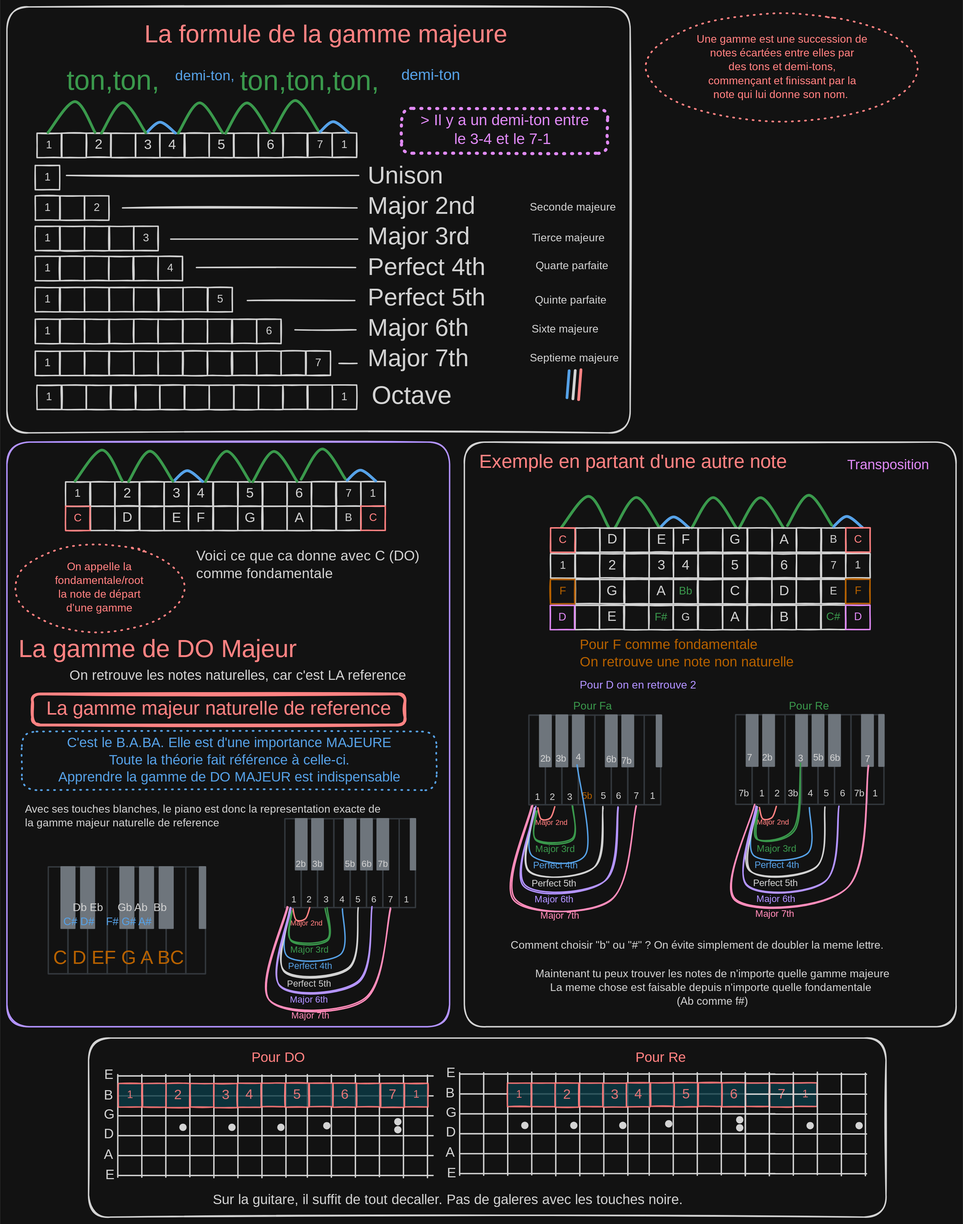
Earlier version of the Excalidraw export 1.0.major.scale.excalidraw.svg (Sydekends/excalidraw). Source tidied: one line per element, renumbered; positions are measured from the earlier drawing's top-left corner, leaving out a move shared by most shapes.
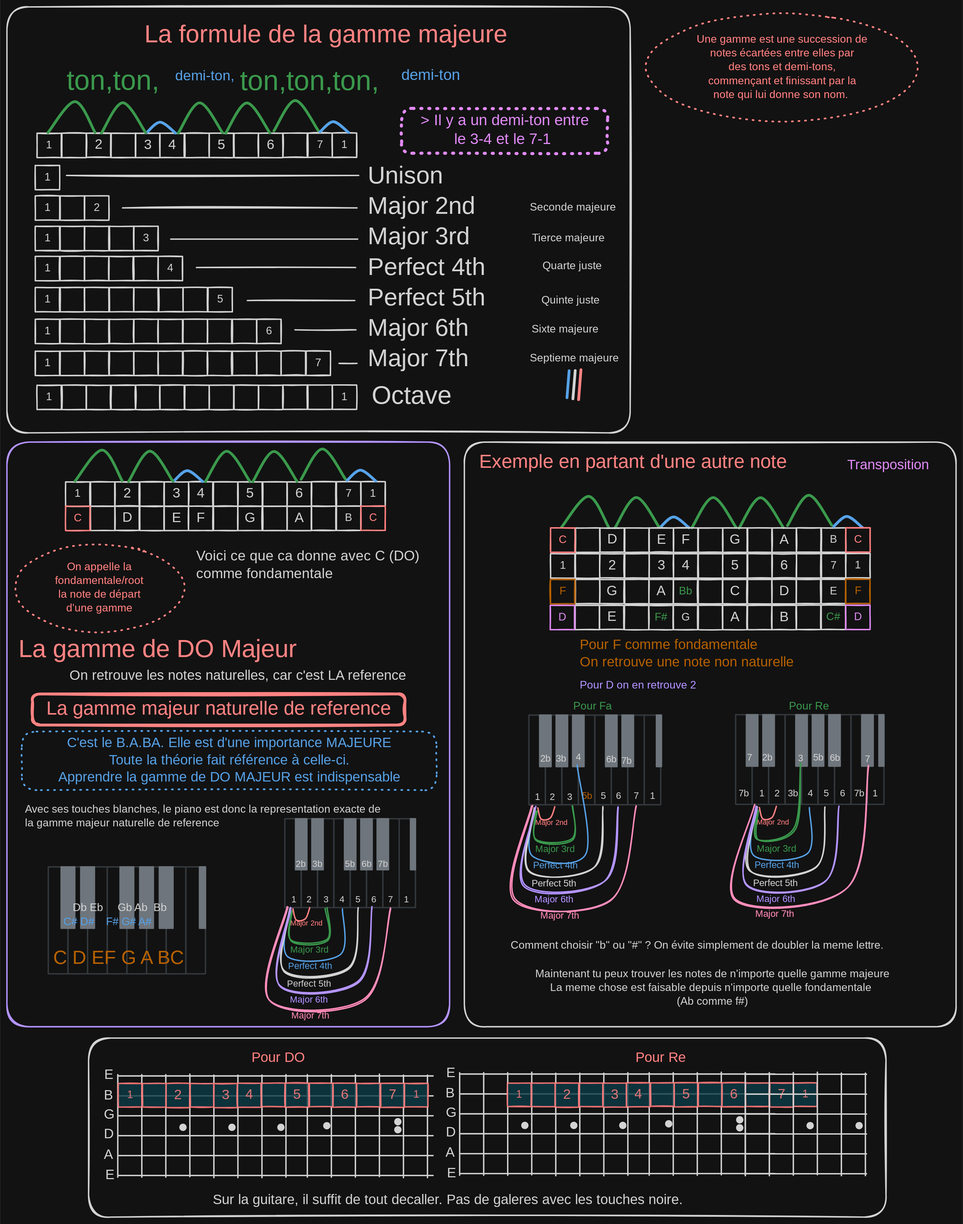
The same diagram one commit later.

What changed in the source:
```diff
@@ -260,8 +260,8 @@
 {"id": 259, "type": "line", "strokeColor": "#1e1e1e", "backgroundColor": "#afe6f3", "fillStyle": "solid", "strokeWidth": 2, "roughness": 1, "x": 481, "y": 517, "width": 26, "height": 0, "points": [[0, 0], [26, 0]]}
 {"id": 260, "type": "text", "text": "Seconde majeure", "strokeColor": "#1e1e1e", "strokeWidth": 4, "roughness": 1, "fontSize": 16, "fontFamily": 5, "textAlign": "center", "x": 757, "y": 281, "width": 127, "height": 20}
 {"id": 261, "type": "text", "text": "Tierce majeure", "strokeColor": "#1e1e1e", "strokeWidth": 4, "roughness": 1, "fontSize": 16, "fontFamily": 5, "textAlign": "center", "x": 757, "y": 326, "width": 114, "height": 20}
-{"id": 262, "type": "text", "text": "Quarte parfaite", "strokeColor": "#1e1e1e", "strokeWidth": 4, "roughness": 1, "fontSize": 16, "fontFamily": 5, "textAlign": "center", "x": 757, "y": 366, "width": 124, "height": 20}
+{"id": 262, "type": "text", "text": "Quarte juste", "strokeColor": "#1e1e1e", "strokeWidth": 4, "roughness": 1, "fontSize": 16, "fontFamily": 5, "textAlign": "center", "x": 769, "y": 366, "width": 101, "height": 20}
-{"id": 263, "type": "text", "text": "Quinte parfaite", "strokeColor": "#1e1e1e", "strokeWidth": 4, "roughness": 1, "fontSize": 16, "fontFamily": 5, "textAlign": "center", "x": 757, "y": 416, "width": 120, "height": 20}
+{"id": 263, "type": "text", "text": "Quinte juste", "strokeColor": "#1e1e1e", "strokeWidth": 4, "roughness": 1, "fontSize": 16, "fontFamily": 5, "textAlign": "center", "x": 769, "y": 416, "width": 97, "height": 20}
 {"id": 264, "type": "text", "text": "Sixte majeure", "strokeColor": "#1e1e1e", "strokeWidth": 4, "roughness": 1, "fontSize": 16, "fontFamily": 5, "textAlign": "center", "x": 757, "y": 458, "width": 104, "height": 20}
 {"id": 265, "type": "text", "text": "Septieme majeure", "strokeColor": "#1e1e1e", "strokeWidth": 4, "roughness": 1, "fontSize": 16, "fontFamily": 5, "textAlign": "center", "x": 757, "y": 500, "width": 131, "height": 20}
 {"id": 266, "type": "rectangle", "strokeColor": "#1e1e1e", "strokeWidth": 2, "roughness": 1, "x": 85, "y": 689, "width": 35, "height": 35}
```
